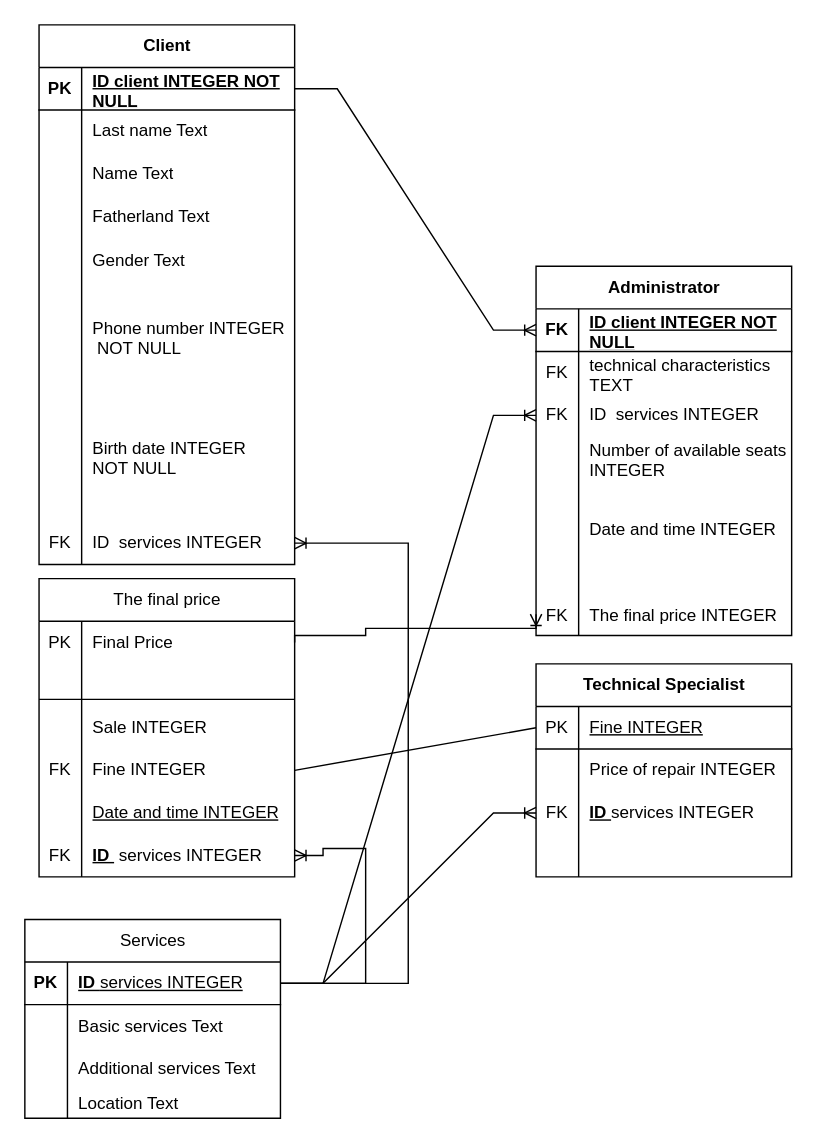
Earlier version of the draw.io diagram ER диаграмма.drawio (Artemiy2908/homework_Artemiy). Source tidied: cells renumbered, new cells numbered last; positions are measured from the earlier drawing's top-left corner, leaving out a move shared by most shapes. Both pictures are drawn from the tidied source at 142%, with x=0, y=0 at pixel (24, 24).
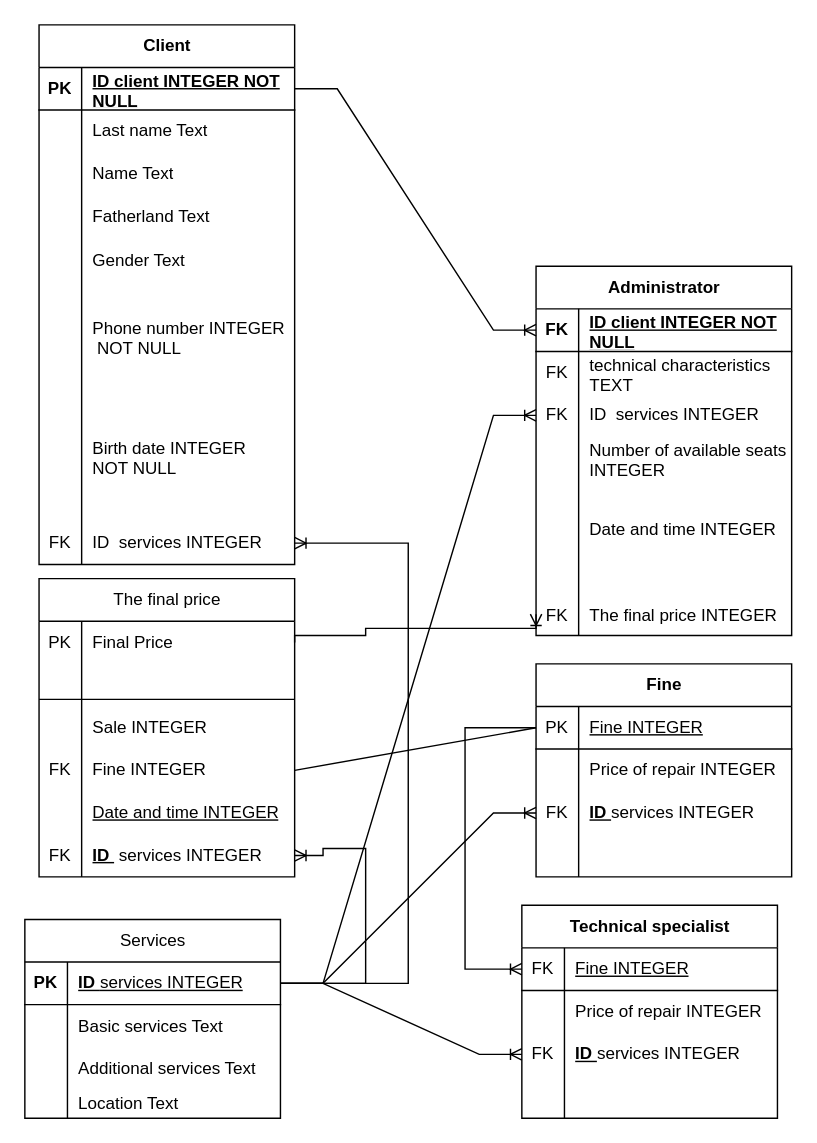
Above is the later version.

The change refers to these unchanged cells:
```xml
<mxCell id="72" style="shape=tableRow;horizontal=0;startSize=0;swimlaneHead=0;swimlaneBody=0;fillColor=none;points=[[0,0.5],[1,0.5]];portConstraint=eastwest;top=0;left=0;right=0;bottom=1;" parent="71" vertex="1">
  <mxGeometry y="30" width="180" height="30" as="geometry" />
</mxCell>
<mxCell id="87" style="shape=tableRow;horizontal=0;startSize=0;swimlaneHead=0;swimlaneBody=0;fillColor=none;points=[[0,0.5],[1,0.5]];portConstraint=eastwest;top=0;left=0;right=0;bottom=1;" parent="86" vertex="1">
  <mxGeometry y="30" width="180" height="30" as="geometry" />
</mxCell>
```

What changed in the source:
```diff
@@
-    <mxCell id="71" value="Technical Specialist" style="shape=table;startSize=30;childLayout=tableLayout;rowLines=0;fontStyle=1;align=center;html=1;" parent="1" vertex="1">
+    <mxCell id="71" value="Fine" style="shape=table;startSize=30;childLayout=tableLayout;rowLines=0;fontStyle=1;align=center;html=1;" parent="1" vertex="1">
       <mxGeometry x="360" y="450" width="180" height="150" as="geometry" />
     </mxCell>
@@
+    <mxCell id="106" value="Technical specialist" style="shape=table;startSize=30;childLayout=tableLayout;rowLines=0;fontStyle=1;align=center;html=1;" parent="1" vertex="1">
+      <mxGeometry x="350" y="620" width="180" height="150" as="geometry" />
+    </mxCell>
+    <mxCell id="107" style="shape=tableRow;horizontal=0;startSize=0;swimlaneHead=0;swimlaneBody=0;fillColor=none;points=[[0,0.5],[1,0.5]];portConstraint=eastwest;top=0;left=0;right=0;bottom=1;" parent="106" vertex="1">
+      <mxGeometry y="30" width="180" height="30" as="geometry" />
+    </mxCell>
+    <mxCell id="108" value="&lt;span style=&quot;font-weight: 400;&quot;&gt;FK&lt;/span&gt;" style="shape=partialRectangle;fillColor=none;top=0;left=0;bottom=0;right=0;fontStyle=1;overflow=hidden;whiteSpace=wrap;html=1;" parent="107" vertex="1">
+      <mxGeometry width="30" height="30" as="geometry" />
+    </mxCell>
+    <mxCell id="109" value="&lt;span style=&quot;font-weight: 400;&quot;&gt;Fine INTEGER&lt;/span&gt;" style="shape=partialRectangle;fillColor=none;top=0;left=0;bottom=0;right=0;align=left;spacingLeft=6;fontStyle=5;overflow=hidden;whiteSpace=wrap;html=1;" parent="107" vertex="1">
+      <mxGeometry x="30" width="150" height="30" as="geometry" />
+    </mxCell>
+    <mxCell id="110" style="shape=tableRow;horizontal=0;startSize=0;swimlaneHead=0;swimlaneBody=0;fillColor=none;top=0;left=0;right=0;bottom=0;" parent="106" vertex="1">
+      <mxGeometry y="60" width="180" height="30" as="geometry" />
+    </mxCell>
+    <mxCell id="111" style="shape=partialRectangle;fillColor=none;top=0;left=0;bottom=0;right=0;overflow=hidden;whiteSpace=wrap;html=1;" parent="110" vertex="1">
+      <mxGeometry width="30" height="30" as="geometry" />
+    </mxCell>
+    <mxCell id="112" value="Price of repair INTEGER" style="shape=partialRectangle;fillColor=none;top=0;left=0;bottom=0;right=0;align=left;spacingLeft=6;overflow=hidden;whiteSpace=wrap;html=1;" parent="110" vertex="1">
+      <mxGeometry x="30" width="150" height="30" as="geometry" />
+    </mxCell>
+    <mxCell id="113" style="shape=tableRow;horizontal=0;startSize=0;swimlaneHead=0;swimlaneBody=0;fillColor=none;points=[[0,0.5],[1,0.5]];portConstraint=eastwest;top=0;left=0;right=0;bottom=0;" parent="106" vertex="1">
+      <mxGeometry y="90" width="180" height="30" as="geometry" />
+    </mxCell>
+    <mxCell id="114" value="FK" style="shape=partialRectangle;fillColor=none;top=0;left=0;bottom=0;right=0;overflow=hidden;whiteSpace=wrap;html=1;" parent="113" vertex="1">
+      <mxGeometry width="30" height="30" as="geometry" />
+    </mxCell>
+    <mxCell id="115" value="&lt;span style=&quot;font-weight: 700; text-decoration-line: underline;&quot;&gt;ID&amp;nbsp;&lt;/span&gt;services&amp;nbsp;INTEGER" style="shape=partialRectangle;fillColor=none;top=0;left=0;bottom=0;right=0;align=left;spacingLeft=6;overflow=hidden;whiteSpace=wrap;html=1;" parent="113" vertex="1">
+      <mxGeometry x="30" width="150" height="30" as="geometry" />
+    </mxCell>
+    <mxCell id="116" style="shape=tableRow;horizontal=0;startSize=0;swimlaneHead=0;swimlaneBody=0;fillColor=none;top=0;left=0;right=0;bottom=0;" parent="106" vertex="1">
+      <mxGeometry y="120" width="180" height="30" as="geometry" />
+    </mxCell>
+    <mxCell id="117" style="shape=partialRectangle;fillColor=none;top=0;left=0;bottom=0;right=0;overflow=hidden;whiteSpace=wrap;html=1;" parent="116" vertex="1">
+      <mxGeometry width="30" height="30" as="geometry" />
+    </mxCell>
+    <mxCell id="118" style="shape=partialRectangle;fillColor=none;top=0;left=0;bottom=0;right=0;align=left;spacingLeft=6;overflow=hidden;whiteSpace=wrap;html=1;" parent="116" vertex="1">
+      <mxGeometry x="30" width="150" height="30" as="geometry" />
+    </mxCell>
+    <mxCell id="119" style="edgeStyle=entityRelationEdgeStyle;fontSize=12;html=1;endArrow=ERoneToMany;rounded=0;entryX=0;entryY=0.5;entryDx=0;entryDy=0;exitX=1;exitY=0.5;exitDx=0;exitDy=0;" parent="1" edge="1" source="87" target="113">
+      <mxGeometry relative="1" as="geometry">
+        <Array as="points">
+          <mxPoint x="210" y="567.5" />
+          <mxPoint x="220" y="577.5" />
+          <mxPoint x="280" y="577.5" />
+        </Array>
+      </mxGeometry>
+    </mxCell>
+    <mxCell id="120" style="edgeStyle=elbowEdgeStyle;fontSize=12;html=1;endArrow=ERoneToMany;rounded=0;entryX=0;entryY=0.5;entryDx=0;entryDy=0;exitX=0;exitY=0.5;exitDx=0;exitDy=0;" parent="1" edge="1" source="72" target="107">
+      <mxGeometry relative="1" as="geometry">
+        <Array as="points">
+          <mxPoint x="310" y="580" />
+        </Array>
+      </mxGeometry>
+    </mxCell>
```
